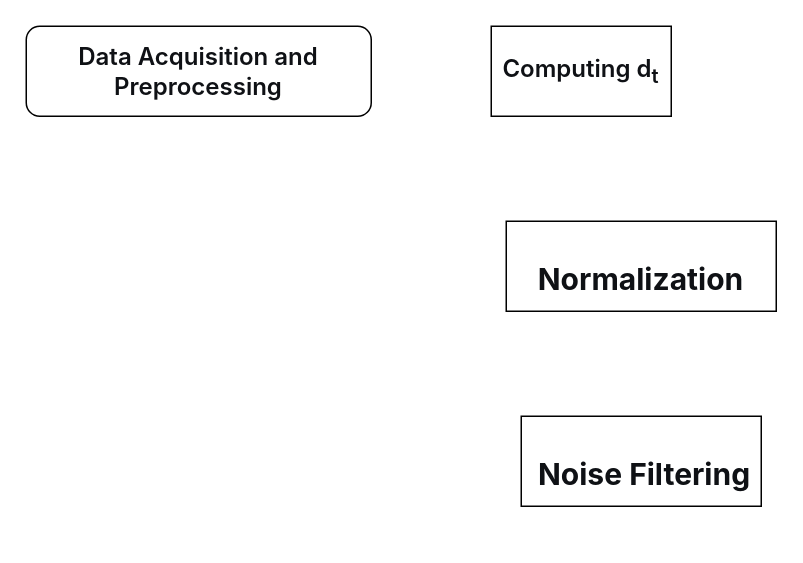
Above: 激励.drawio in funkallll/deeplearning (draw.io), before the change. Source tidied: cells renumbered, new cells numbered last; positions are measured from the earlier drawing's top-left corner, leaving out a move shared by most shapes. Both pictures are drawn from the tidied source at 150%, with x=0, y=0 at pixel (26, 26).
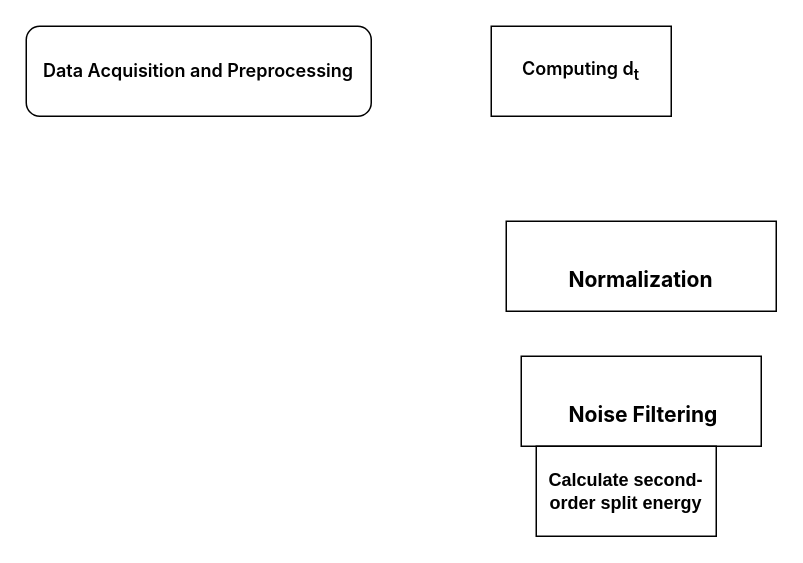
The same diagram, later.

Diff of the diagram source:
```diff
@@
 <mxGraphModel>
   <root>
     <mxCell id="0" />
     <mxCell id="1" parent="0" />
-    <mxCell id="2" value="&lt;span style=&quot;font-weight: 600; color: rgb(15, 17, 21); font-family: quote-cjk-patch, Inter, system-ui, -apple-system, BlinkMacSystemFont, &amp;quot;Segoe UI&amp;quot;, Roboto, Oxygen, Ubuntu, Cantarell, &amp;quot;Open Sans&amp;quot;, &amp;quot;Helvetica Neue&amp;quot;, sans-serif; font-size: 16px; text-align: start; background-color: rgb(255, 255, 255);&quot;&gt;Data Acquisition and Preprocessing&lt;/span&gt;" style="rounded=1;whiteSpace=wrap;html=1;" parent="1" vertex="1">
+    <mxCell id="2" value="&lt;span style=&quot;font-weight: 600; font-family: quote-cjk-patch, Inter, system-ui, -apple-system, BlinkMacSystemFont, &amp;quot;Segoe UI&amp;quot;, Roboto, Oxygen, Ubuntu, Cantarell, &amp;quot;Open Sans&amp;quot;, &amp;quot;Helvetica Neue&amp;quot;, sans-serif; text-align: start;&quot;&gt;Data Acquisition and Preprocessing&lt;/span&gt;" style="rounded=1;whiteSpace=wrap;html=1;fontColor=default;fontSize=12;labelBackgroundColor=none;" parent="1" vertex="1">
       <mxGeometry width="230" height="60" as="geometry" />
     </mxCell>
-    <mxCell id="3" value="&lt;span style=&quot;font-weight: 600; color: rgb(15, 17, 21); font-family: quote-cjk-patch, Inter, system-ui, -apple-system, BlinkMacSystemFont, &amp;quot;Segoe UI&amp;quot;, Roboto, Oxygen, Ubuntu, Cantarell, &amp;quot;Open Sans&amp;quot;, &amp;quot;Helvetica Neue&amp;quot;, sans-serif; font-size: 16px; text-align: start; background-color: rgb(255, 255, 255);&quot;&gt;Computing d&lt;sub&gt;t&lt;/sub&gt;&lt;/span&gt;" style="rounded=0;whiteSpace=wrap;html=1;" parent="1" vertex="1">
+    <mxCell id="3" value="&lt;span style=&quot;font-weight: 600; font-family: quote-cjk-patch, Inter, system-ui, -apple-system, BlinkMacSystemFont, &amp;quot;Segoe UI&amp;quot;, Roboto, Oxygen, Ubuntu, Cantarell, &amp;quot;Open Sans&amp;quot;, &amp;quot;Helvetica Neue&amp;quot;, sans-serif; text-align: start;&quot;&gt;Computing d&lt;sub&gt;t&lt;/sub&gt;&lt;/span&gt;" style="rounded=0;whiteSpace=wrap;html=1;fontColor=default;fontSize=12;labelBackgroundColor=none;" parent="1" vertex="1">
       <mxGeometry x="310" width="120" height="60" as="geometry" />
     </mxCell>
-    <mxCell id="4" value="&lt;h3 style=&quot;font-variant-numeric: normal; font-variant-east-asian: normal; font-variant-alternates: normal; font-size-adjust: none; font-kerning: auto; font-optical-sizing: auto; font-feature-settings: normal; font-variation-settings: normal; font-variant-position: normal; font-variant-emoji: normal; font-stretch: normal; font-size: 20px; line-height: 30px; font-family: quote-cjk-patch, Inter, system-ui, -apple-system, BlinkMacSystemFont, &amp;quot;Segoe UI&amp;quot;, Roboto, Oxygen, Ubuntu, Cantarell, &amp;quot;Open Sans&amp;quot;, &amp;quot;Helvetica Neue&amp;quot;, sans-serif; margin: 32px 0px 16px; color: rgb(15, 17, 21); text-align: start; background-color: rgb(255, 255, 255);&quot;&gt;Normalization&lt;/h3&gt;" style="rounded=0;whiteSpace=wrap;html=1;" parent="1" vertex="1">
+    <mxCell id="4" value="&lt;h3 style=&quot;font-variant-numeric: normal; font-variant-east-asian: normal; font-variant-alternates: normal; font-size-adjust: none; font-kerning: auto; font-optical-sizing: auto; font-feature-settings: normal; font-variation-settings: normal; font-variant-position: normal; font-variant-emoji: normal; font-stretch: normal; line-height: 30px; font-family: quote-cjk-patch, Inter, system-ui, -apple-system, BlinkMacSystemFont, &amp;quot;Segoe UI&amp;quot;, Roboto, Oxygen, Ubuntu, Cantarell, &amp;quot;Open Sans&amp;quot;, &amp;quot;Helvetica Neue&amp;quot;, sans-serif; margin: 32px 0px 16px; text-align: start;&quot;&gt;Normalization&lt;/h3&gt;" style="rounded=0;whiteSpace=wrap;html=1;fontColor=default;fontSize=12;labelBackgroundColor=none;" parent="1" vertex="1">
       <mxGeometry x="320" y="130" width="180" height="60" as="geometry" />
     </mxCell>
-    <mxCell id="5" value="&lt;h3 style=&quot;font-variant-numeric: normal; font-variant-east-asian: normal; font-variant-alternates: normal; font-size-adjust: none; font-kerning: auto; font-optical-sizing: auto; font-feature-settings: normal; font-variation-settings: normal; font-variant-position: normal; font-variant-emoji: normal; font-stretch: normal; font-size: 20px; line-height: 30px; font-family: quote-cjk-patch, Inter, system-ui, -apple-system, BlinkMacSystemFont, &amp;quot;Segoe UI&amp;quot;, Roboto, Oxygen, Ubuntu, Cantarell, &amp;quot;Open Sans&amp;quot;, &amp;quot;Helvetica Neue&amp;quot;, sans-serif; margin: 32px 0px 16px; color: rgb(15, 17, 21); text-align: start; background-color: rgb(255, 255, 255);&quot;&gt;&amp;nbsp;Noise Filtering&lt;/h3&gt;" style="rounded=0;whiteSpace=wrap;html=1;" parent="1" vertex="1">
-      <mxGeometry x="330" y="260" width="160" height="60" as="geometry" />
+    <mxCell id="5" value="&lt;h3 style=&quot;font-variant-numeric: normal; font-variant-east-asian: normal; font-variant-alternates: normal; font-size-adjust: none; font-kerning: auto; font-optical-sizing: auto; font-feature-settings: normal; font-variation-settings: normal; font-variant-position: normal; font-variant-emoji: normal; font-stretch: normal; line-height: 30px; font-family: quote-cjk-patch, Inter, system-ui, -apple-system, BlinkMacSystemFont, &amp;quot;Segoe UI&amp;quot;, Roboto, Oxygen, Ubuntu, Cantarell, &amp;quot;Open Sans&amp;quot;, &amp;quot;Helvetica Neue&amp;quot;, sans-serif; margin: 32px 0px 16px; text-align: start;&quot;&gt;&amp;nbsp;Noise Filtering&lt;/h3&gt;" style="rounded=0;whiteSpace=wrap;html=1;fontColor=default;fontSize=12;labelBackgroundColor=none;" parent="1" vertex="1">
+      <mxGeometry x="330" y="220" width="160" height="60" as="geometry" />
     </mxCell>
+    <mxCell id="6" value="&lt;span style=&quot;font-family: Arial, Helvetica, sans-serif; font-weight: 700; text-align: start; white-space-collapse: preserve;&quot;&gt;Calculate second-order split energy&lt;/span&gt;" style="rounded=0;whiteSpace=wrap;html=1;fontColor=default;fontSize=12;labelBackgroundColor=none;" parent="1" vertex="1">
+      <mxGeometry x="340" y="280" width="120" height="60" as="geometry" />
+    </mxCell>
   </root>
 </mxGraphModel>
```
